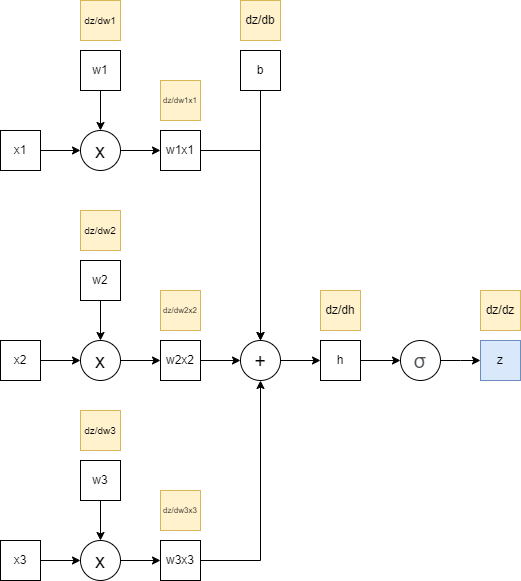
The draw.io diagram perceptron.drawio.png in lsc4719/MyViewOfComputationalGraphs, before a commit. Source tidied: cells renumbered, new cells last; positions are measured from the earlier drawing's top-left corner, leaving out a move shared by most shapes.
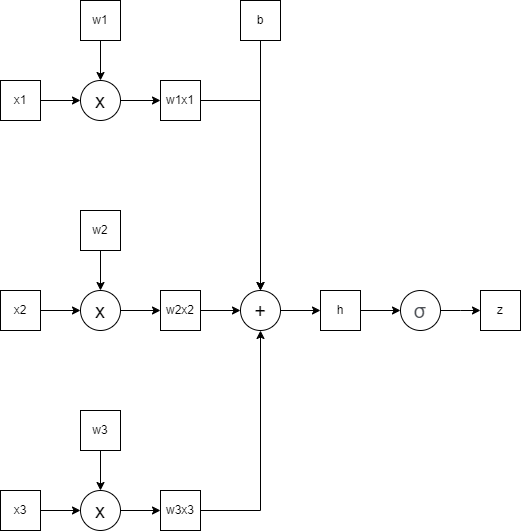
After the change.

Commit message:
perceptron.drawio.png이 추가되었습니다.

The edit, as a diff of the source:
```diff
@@ -14,9 +14,6 @@
     <mxCell id="5" value="w1" style="whiteSpace=wrap;html=1;" parent="1" vertex="1">
       <mxGeometry x="80" y="50" width="40" height="40" as="geometry" />
     </mxCell>
-    <mxCell id="6" value="dz/dw1" style="whiteSpace=wrap;html=1;fontSize=10;fillColor=#fff2cc;strokeColor=#d6b656;" parent="1" vertex="1">
-      <mxGeometry x="80" width="40" height="40" as="geometry" />
-    </mxCell>
     <mxCell id="7" style="edgeStyle=orthogonalEdgeStyle;rounded=0;jettySize=auto;html=1;exitX=1;exitY=0.5;exitDx=0;exitDy=0;entryX=0;entryY=0.5;entryDx=0;entryDy=0;" parent="1" edge="1" source="8" target="10">
       <mxGeometry relative="1" as="geometry" />
     </mxCell>
@@ -29,9 +26,6 @@
     <mxCell id="10" value="w1x1" style="whiteSpace=wrap;html=1;" parent="1" vertex="1">
       <mxGeometry x="160" y="130" width="40" height="40" as="geometry" />
     </mxCell>
-    <mxCell id="11" value="dz/dw1x1" style="whiteSpace=wrap;html=1;fontSize=8;fillColor=#fff2cc;strokeColor=#d6b656;" parent="1" vertex="1">
-      <mxGeometry x="160" y="80" width="40" height="40" as="geometry" />
-    </mxCell>
     <mxCell id="12" style="edgeStyle=orthogonalEdgeStyle;rounded=0;jettySize=auto;html=1;entryX=0;entryY=0.5;entryDx=0;entryDy=0;" parent="1" edge="1" source="13" target="18">
       <mxGeometry relative="1" as="geometry" />
     </mxCell>
@@ -44,9 +38,6 @@
     <mxCell id="15" value="w2" style="whiteSpace=wrap;html=1;" parent="1" vertex="1">
       <mxGeometry x="80" y="260" width="40" height="40" as="geometry" />
     </mxCell>
-    <mxCell id="16" value="dz/dw2" style="whiteSpace=wrap;html=1;fontSize=10;fillColor=#fff2cc;strokeColor=#d6b656;" parent="1" vertex="1">
-      <mxGeometry x="80" y="210" width="40" height="40" as="geometry" />
-    </mxCell>
     <mxCell id="17" style="edgeStyle=orthogonalEdgeStyle;rounded=0;jettySize=auto;html=1;exitX=1;exitY=0.5;exitDx=0;exitDy=0;entryX=0;entryY=0.5;entryDx=0;entryDy=0;" parent="1" edge="1" source="18" target="20">
       <mxGeometry relative="1" as="geometry" />
     </mxCell>
@@ -59,9 +50,6 @@
     <mxCell id="20" value="w2x2" style="whiteSpace=wrap;html=1;" parent="1" vertex="1">
       <mxGeometry x="160" y="340" width="40" height="40" as="geometry" />
     </mxCell>
-    <mxCell id="21" value="dz/dw2x2" style="whiteSpace=wrap;html=1;fontSize=8;fillColor=#fff2cc;strokeColor=#d6b656;" parent="1" vertex="1">
-      <mxGeometry x="160" y="290" width="40" height="40" as="geometry" />
-    </mxCell>
     <mxCell id="22" style="edgeStyle=orthogonalEdgeStyle;rounded=0;jettySize=auto;html=1;entryX=0;entryY=0.5;entryDx=0;entryDy=0;" parent="1" edge="1" source="23" target="28">
       <mxGeometry relative="1" as="geometry" />
     </mxCell>
@@ -74,9 +62,6 @@
     <mxCell id="25" value="w3" style="whiteSpace=wrap;html=1;" parent="1" vertex="1">
       <mxGeometry x="80" y="460" width="40" height="40" as="geometry" />
     </mxCell>
-    <mxCell id="26" value="dz/dw3" style="whiteSpace=wrap;html=1;fontSize=10;fillColor=#fff2cc;strokeColor=#d6b656;" parent="1" vertex="1">
-      <mxGeometry x="80" y="410" width="40" height="40" as="geometry" />
-    </mxCell>
     <mxCell id="27" style="edgeStyle=orthogonalEdgeStyle;rounded=0;jettySize=auto;html=1;exitX=1;exitY=0.5;exitDx=0;exitDy=0;entryX=0;entryY=0.5;entryDx=0;entryDy=0;" parent="1" edge="1" source="28" target="30">
       <mxGeometry relative="1" as="geometry" />
     </mxCell>
@@ -89,9 +74,6 @@
     <mxCell id="30" value="w3x3" style="whiteSpace=wrap;html=1;" parent="1" vertex="1">
       <mxGeometry x="160" y="540" width="40" height="40" as="geometry" />
     </mxCell>
-    <mxCell id="31" value="dz/dw3x3" style="whiteSpace=wrap;html=1;fontSize=8;fillColor=#fff2cc;strokeColor=#d6b656;" parent="1" vertex="1">
-      <mxGeometry x="160" y="490" width="40" height="40" as="geometry" />
-    </mxCell>
     <mxCell id="32" style="edgeStyle=orthogonalEdgeStyle;rounded=0;jettySize=auto;html=1;entryX=0;entryY=0.5;entryDx=0;entryDy=0;" parent="1" edge="1" source="33" target="38">
       <mxGeometry relative="1" as="geometry" />
     </mxCell>
@@ -104,18 +86,12 @@
     <mxCell id="35" value="b" style="whiteSpace=wrap;html=1;" parent="1" vertex="1">
       <mxGeometry x="240" y="50" width="40" height="40" as="geometry" />
     </mxCell>
-    <mxCell id="36" value="dz/db" style="whiteSpace=wrap;html=1;fillColor=#fff2cc;strokeColor=#d6b656;" parent="1" vertex="1">
-      <mxGeometry x="240" width="40" height="40" as="geometry" />
-    </mxCell>
     <mxCell id="37" style="edgeStyle=orthogonalEdgeStyle;rounded=0;jettySize=auto;html=1;entryX=0;entryY=0.5;entryDx=0;entryDy=0;" parent="1" edge="1" source="38" target="41">
       <mxGeometry relative="1" as="geometry" />
     </mxCell>
     <mxCell id="38" value="h" style="whiteSpace=wrap;html=1;" parent="1" vertex="1">
       <mxGeometry x="320" y="340" width="40" height="40" as="geometry" />
     </mxCell>
-    <mxCell id="39" value="dz/dh" style="whiteSpace=wrap;html=1;fillColor=#fff2cc;strokeColor=#d6b656;" parent="1" vertex="1">
-      <mxGeometry x="320" y="290" width="40" height="40" as="geometry" />
-    </mxCell>
     <mxCell id="40" style="edgeStyle=orthogonalEdgeStyle;rounded=0;jettySize=auto;html=1;" parent="1" edge="1" source="41">
       <mxGeometry relative="1" as="geometry">
         <mxPoint x="480" y="360" as="targetPoint" />
@@ -124,11 +100,8 @@
     <mxCell id="41" value="&lt;span style=&quot;color: rgb(77, 81, 86); font-family: &amp;quot;Apple SD Gothic Neo&amp;quot;, arial, sans-serif; font-size: 20px; font-style: normal; font-variant-ligatures: normal; font-variant-caps: normal; letter-spacing: normal; orphans: 2; text-align: left; text-indent: 0px; text-transform: none; widows: 2; word-spacing: 0px; -webkit-text-stroke-width: 0px; white-space: normal; background-color: rgb(255, 255, 255); text-decoration-thickness: initial; text-decoration-style: initial; text-decoration-color: initial; float: none; display: inline !important;&quot;&gt;σ&lt;/span&gt;" style="ellipse;whiteSpace=wrap;html=1;fontSize=20;align=center;labelPosition=center;verticalLabelPosition=middle;verticalAlign=middle;fontStyle=0;" parent="1" vertex="1">
       <mxGeometry x="400" y="340" width="40" height="40" as="geometry" />
     </mxCell>
-    <mxCell id="42" value="z" style="whiteSpace=wrap;html=1;fillColor=#dae8fc;strokeColor=#6c8ebf;" parent="1" vertex="1">
+    <mxCell id="42" value="z" style="whiteSpace=wrap;html=1;" parent="1" vertex="1">
       <mxGeometry x="480" y="340" width="40" height="40" as="geometry" />
     </mxCell>
-    <mxCell id="43" value="dz/dz" style="whiteSpace=wrap;html=1;fillColor=#fff2cc;strokeColor=#d6b656;" parent="1" vertex="1">
-      <mxGeometry x="480" y="290" width="40" height="40" as="geometry" />
-    </mxCell>
   </root>
 </mxGraphModel>
```
